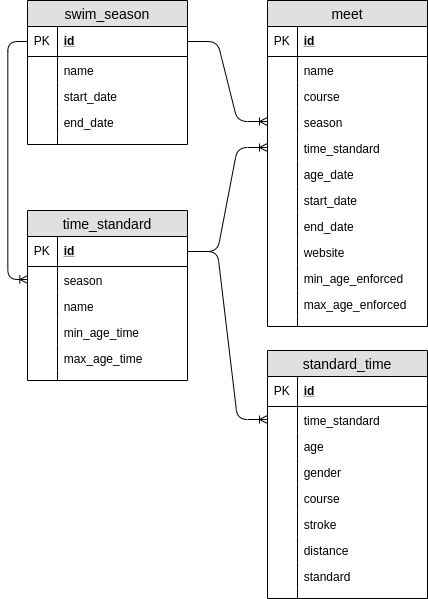
The draw.io diagram docs/images/relational.png in geekswimmers/geekswimmers, before a commit. Source tidied: cells renumbered, new cells last; positions are measured from the earlier drawing's top-left corner, leaving out a move shared by most shapes.
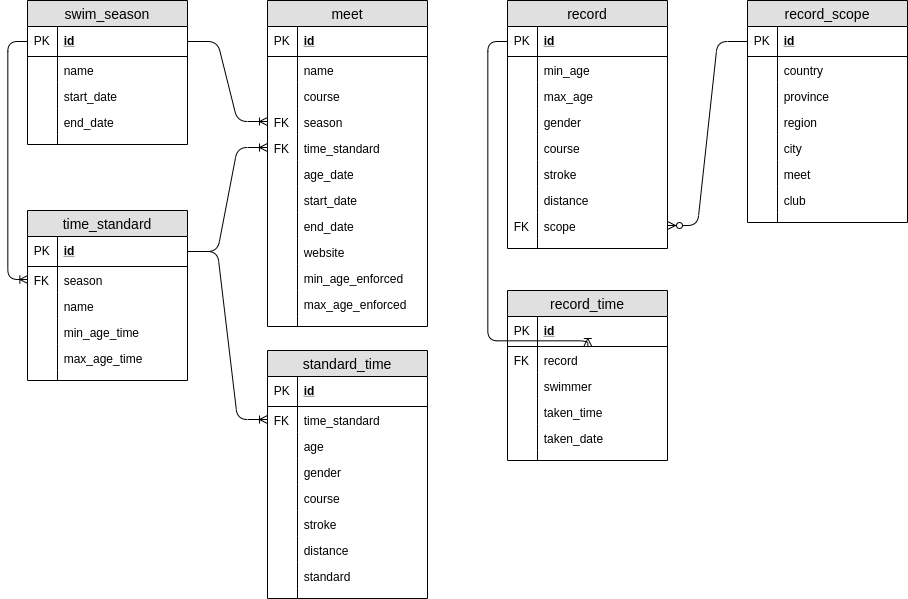
The same file after the commit.

Commit message:
Designed the database to support records

Change to the diagram source:
```diff
@@ -47,7 +47,7 @@
     <mxCell id="16" value="season" style="shape=partialRectangle;top=0;left=0;right=0;bottom=0;align=left;verticalAlign=top;fillColor=none;spacingLeft=34;spacingRight=4;overflow=hidden;points=[[0,0.5],[1,0.5]];portConstraint=eastwest;fontSize=12;" parent="13" vertex="1">
       <mxGeometry y="56" width="160" height="26" as="geometry" />
     </mxCell>
-    <mxCell id="17" style="shape=partialRectangle;top=0;left=0;bottom=0;fillColor=none;align=left;verticalAlign=top;spacingLeft=4;spacingRight=4;overflow=hidden;fontSize=12;" parent="16" vertex="1">
+    <mxCell id="17" value="FK" style="shape=partialRectangle;top=0;left=0;bottom=0;fillColor=none;align=left;verticalAlign=top;spacingLeft=4;spacingRight=4;overflow=hidden;fontSize=12;" parent="16" vertex="1">
       <mxGeometry width="30" height="26" as="geometry" />
     </mxCell>
     <mxCell id="18" value="name" style="shape=partialRectangle;top=0;left=0;right=0;bottom=0;align=left;verticalAlign=top;fillColor=none;spacingLeft=34;spacingRight=4;overflow=hidden;fontSize=12;" parent="13" vertex="1">
@@ -86,7 +86,7 @@
     <mxCell id="29" value="time_standard" style="shape=partialRectangle;top=0;left=0;right=0;bottom=0;align=left;verticalAlign=top;fillColor=none;spacingLeft=34;spacingRight=4;overflow=hidden;points=[[0,0.5],[1,0.5]];portConstraint=eastwest;fontSize=12;" parent="26" vertex="1">
       <mxGeometry y="56" width="160" height="26" as="geometry" />
     </mxCell>
-    <mxCell id="30" style="shape=partialRectangle;top=0;left=0;bottom=0;fillColor=none;align=left;verticalAlign=top;spacingLeft=4;spacingRight=4;overflow=hidden;fontSize=12;" parent="29" vertex="1">
+    <mxCell id="30" value="FK" style="shape=partialRectangle;top=0;left=0;bottom=0;fillColor=none;align=left;verticalAlign=top;spacingLeft=4;spacingRight=4;overflow=hidden;fontSize=12;" parent="29" vertex="1">
       <mxGeometry width="30" height="26" as="geometry" />
     </mxCell>
     <mxCell id="31" value="age" style="shape=partialRectangle;top=0;left=0;right=0;bottom=0;align=left;verticalAlign=top;fillColor=none;spacingLeft=34;spacingRight=4;overflow=hidden;fontSize=12;" parent="26" vertex="1">
@@ -155,13 +155,13 @@
     <mxCell id="52" value="season" style="shape=partialRectangle;top=0;left=0;right=0;bottom=0;align=left;verticalAlign=top;fillColor=none;spacingLeft=34;spacingRight=4;overflow=hidden;points=[[0,0.5],[1,0.5]];portConstraint=eastwest;fontSize=12;" parent="45" vertex="1">
       <mxGeometry y="108" width="160" height="26" as="geometry" />
     </mxCell>
-    <mxCell id="53" style="shape=partialRectangle;top=0;left=0;bottom=0;fillColor=none;align=left;verticalAlign=top;spacingLeft=4;spacingRight=4;overflow=hidden;fontSize=12;" parent="52" vertex="1">
+    <mxCell id="53" value="FK" style="shape=partialRectangle;top=0;left=0;bottom=0;fillColor=none;align=left;verticalAlign=top;spacingLeft=4;spacingRight=4;overflow=hidden;fontSize=12;" parent="52" vertex="1">
       <mxGeometry width="30" height="26" as="geometry" />
     </mxCell>
     <mxCell id="54" value="time_standard" style="shape=partialRectangle;top=0;left=0;right=0;bottom=0;align=left;verticalAlign=top;fillColor=none;spacingLeft=34;spacingRight=4;overflow=hidden;points=[[0,0.5],[1,0.5]];portConstraint=eastwest;fontSize=12;" parent="45" vertex="1">
       <mxGeometry y="134" width="160" height="26" as="geometry" />
     </mxCell>
-    <mxCell id="55" style="shape=partialRectangle;top=0;left=0;bottom=0;fillColor=none;align=left;verticalAlign=top;spacingLeft=4;spacingRight=4;overflow=hidden;fontSize=12;" parent="54" vertex="1">
+    <mxCell id="55" value="FK" style="shape=partialRectangle;top=0;left=0;bottom=0;fillColor=none;align=left;verticalAlign=top;spacingLeft=4;spacingRight=4;overflow=hidden;fontSize=12;" parent="54" vertex="1">
       <mxGeometry width="30" height="26" as="geometry" />
     </mxCell>
     <mxCell id="56" value="age_date" style="shape=partialRectangle;top=0;left=0;right=0;bottom=0;align=left;verticalAlign=top;fillColor=none;spacingLeft=34;spacingRight=4;overflow=hidden;fontSize=12;" parent="45" vertex="1">
@@ -223,5 +223,163 @@
     <mxCell id="73" style="edgeStyle=entityRelationEdgeStyle;fontSize=12;html=1;endArrow=ERoneToMany;" parent="1" edge="1" source="14" target="54">
       <mxGeometry relative="1" as="geometry" />
     </mxCell>
+    <mxCell id="74" value="record" style="swimlane;fontStyle=0;horizontal=1;startSize=26;fillColor=#e0e0e0;swimlaneFillColor=#ffffff;align=center;fontSize=14;" parent="1" vertex="1">
+      <mxGeometry x="500" width="160" height="248" as="geometry" />
+    </mxCell>
+    <mxCell id="75" value="id" style="shape=partialRectangle;top=0;left=0;right=0;bottom=1;align=left;verticalAlign=middle;fillColor=none;spacingLeft=34;spacingRight=4;overflow=hidden;points=[[0,0.5],[1,0.5]];portConstraint=eastwest;fontStyle=5;fontSize=12;" parent="74" vertex="1">
+      <mxGeometry y="26" width="160" height="30" as="geometry" />
+    </mxCell>
+    <mxCell id="76" value="PK" style="shape=partialRectangle;top=0;left=0;bottom=0;fillColor=none;align=left;verticalAlign=middle;spacingLeft=4;spacingRight=4;overflow=hidden;fontSize=12;" parent="75" vertex="1">
+      <mxGeometry width="30" height="30" as="geometry" />
+    </mxCell>
+    <mxCell id="77" value="min_age" style="shape=partialRectangle;top=0;left=0;right=0;bottom=0;align=left;verticalAlign=top;fillColor=none;spacingLeft=34;spacingRight=4;overflow=hidden;fontSize=12;" parent="74" vertex="1">
+      <mxGeometry y="56" width="160" height="26" as="geometry" />
+    </mxCell>
+    <mxCell id="78" style="shape=partialRectangle;top=0;left=0;bottom=0;fillColor=none;align=left;verticalAlign=top;spacingLeft=4;spacingRight=4;overflow=hidden;fontSize=12;" parent="77" vertex="1">
+      <mxGeometry width="30" height="26" as="geometry" />
+    </mxCell>
+    <mxCell id="79" value="max_age" style="shape=partialRectangle;top=0;left=0;right=0;bottom=0;align=left;verticalAlign=top;fillColor=none;spacingLeft=34;spacingRight=4;overflow=hidden;fontSize=12;" parent="74" vertex="1">
+      <mxGeometry y="82" width="160" height="26" as="geometry" />
+    </mxCell>
+    <mxCell id="80" style="shape=partialRectangle;top=0;left=0;bottom=0;fillColor=none;align=left;verticalAlign=top;spacingLeft=4;spacingRight=4;overflow=hidden;fontSize=12;" parent="79" vertex="1">
+      <mxGeometry width="30" height="26" as="geometry" />
+    </mxCell>
+    <mxCell id="81" value="gender" style="shape=partialRectangle;top=0;left=0;right=0;bottom=0;align=left;verticalAlign=top;fillColor=none;spacingLeft=34;spacingRight=4;overflow=hidden;fontSize=12;" parent="74" vertex="1">
+      <mxGeometry y="108" width="160" height="26" as="geometry" />
+    </mxCell>
+    <mxCell id="82" style="shape=partialRectangle;top=0;left=0;bottom=0;fillColor=none;align=left;verticalAlign=top;spacingLeft=4;spacingRight=4;overflow=hidden;fontSize=12;" parent="81" vertex="1">
+      <mxGeometry width="30" height="26" as="geometry" />
+    </mxCell>
+    <mxCell id="83" value="course" style="shape=partialRectangle;top=0;left=0;right=0;bottom=0;align=left;verticalAlign=top;fillColor=none;spacingLeft=34;spacingRight=4;overflow=hidden;fontSize=12;" parent="74" vertex="1">
+      <mxGeometry y="134" width="160" height="26" as="geometry" />
+    </mxCell>
+    <mxCell id="84" style="shape=partialRectangle;top=0;left=0;bottom=0;fillColor=none;align=left;verticalAlign=top;spacingLeft=4;spacingRight=4;overflow=hidden;fontSize=12;" parent="83" vertex="1">
+      <mxGeometry width="30" height="26" as="geometry" />
+    </mxCell>
+    <mxCell id="85" value="stroke" style="shape=partialRectangle;top=0;left=0;right=0;bottom=0;align=left;verticalAlign=top;fillColor=none;spacingLeft=34;spacingRight=4;overflow=hidden;fontSize=12;" parent="74" vertex="1">
+      <mxGeometry y="160" width="160" height="26" as="geometry" />
+    </mxCell>
+    <mxCell id="86" style="shape=partialRectangle;top=0;left=0;bottom=0;fillColor=none;align=left;verticalAlign=top;spacingLeft=4;spacingRight=4;overflow=hidden;fontSize=12;" parent="85" vertex="1">
+      <mxGeometry width="30" height="26" as="geometry" />
+    </mxCell>
+    <mxCell id="87" value="distance" style="shape=partialRectangle;top=0;left=0;right=0;bottom=0;align=left;verticalAlign=top;fillColor=none;spacingLeft=34;spacingRight=4;overflow=hidden;fontSize=12;" parent="74" vertex="1">
+      <mxGeometry y="186" width="160" height="26" as="geometry" />
+    </mxCell>
+    <mxCell id="88" style="shape=partialRectangle;top=0;left=0;bottom=0;fillColor=none;align=left;verticalAlign=top;spacingLeft=4;spacingRight=4;overflow=hidden;fontSize=12;" parent="87" vertex="1">
+      <mxGeometry width="30" height="26" as="geometry" />
+    </mxCell>
+    <mxCell id="89" value="scope" style="shape=partialRectangle;top=0;left=0;right=0;bottom=0;align=left;verticalAlign=top;fillColor=none;spacingLeft=34;spacingRight=4;overflow=hidden;points=[[0,0.5],[1,0.5]];portConstraint=eastwest;fontSize=12;" parent="74" vertex="1">
+      <mxGeometry y="212" width="160" height="26" as="geometry" />
+    </mxCell>
+    <mxCell id="90" value="FK" style="shape=partialRectangle;top=0;left=0;bottom=0;fillColor=none;align=left;verticalAlign=top;spacingLeft=4;spacingRight=4;overflow=hidden;fontSize=12;" parent="89" vertex="1">
+      <mxGeometry width="30" height="26" as="geometry" />
+    </mxCell>
+    <mxCell id="91" style="shape=partialRectangle;top=0;left=0;right=0;bottom=0;align=left;verticalAlign=top;fillColor=none;spacingLeft=34;spacingRight=4;overflow=hidden;fontSize=12;" parent="74" vertex="1">
+      <mxGeometry y="238" width="160" height="10" as="geometry" />
+    </mxCell>
+    <mxCell id="92" style="shape=partialRectangle;top=0;left=0;bottom=0;fillColor=none;align=left;verticalAlign=top;spacingLeft=4;spacingRight=4;overflow=hidden;fontSize=12;" parent="91" vertex="1">
+      <mxGeometry width="30" height="10" as="geometry" />
+    </mxCell>
+    <mxCell id="93" value="record_time" style="swimlane;fontStyle=0;horizontal=1;startSize=26;fillColor=#e0e0e0;swimlaneFillColor=#ffffff;align=center;fontSize=14;" parent="1" vertex="1">
+      <mxGeometry x="500" y="290" width="160" height="170" as="geometry" />
+    </mxCell>
+    <mxCell id="94" value="id" style="shape=partialRectangle;top=0;left=0;right=0;bottom=1;align=left;verticalAlign=middle;fillColor=none;spacingLeft=34;spacingRight=4;overflow=hidden;fontStyle=5;fontSize=12;" parent="93" vertex="1">
+      <mxGeometry y="26" width="160" height="30" as="geometry" />
+    </mxCell>
+    <mxCell id="95" value="PK" style="shape=partialRectangle;top=0;left=0;bottom=0;fillColor=none;align=left;verticalAlign=middle;spacingLeft=4;spacingRight=4;overflow=hidden;fontSize=12;" parent="94" vertex="1">
+      <mxGeometry width="30" height="30" as="geometry" />
+    </mxCell>
+    <mxCell id="96" value="record" style="shape=partialRectangle;top=0;left=0;right=0;bottom=0;align=left;verticalAlign=top;fillColor=none;spacingLeft=34;spacingRight=4;overflow=hidden;points=[[0,0.5],[1,0.5]];portConstraint=eastwest;fontSize=12;" parent="93" vertex="1">
+      <mxGeometry y="56" width="160" height="26" as="geometry" />
+    </mxCell>
+    <mxCell id="97" value="FK" style="shape=partialRectangle;top=0;left=0;bottom=0;fillColor=none;align=left;verticalAlign=top;spacingLeft=4;spacingRight=4;overflow=hidden;fontSize=12;" parent="96" vertex="1">
+      <mxGeometry width="30" height="26" as="geometry" />
+    </mxCell>
+    <mxCell id="98" value="swimmer" style="shape=partialRectangle;top=0;left=0;right=0;bottom=0;align=left;verticalAlign=top;fillColor=none;spacingLeft=34;spacingRight=4;overflow=hidden;fontSize=12;" parent="93" vertex="1">
+      <mxGeometry y="82" width="160" height="26" as="geometry" />
+    </mxCell>
+    <mxCell id="99" style="shape=partialRectangle;top=0;left=0;bottom=0;fillColor=none;align=left;verticalAlign=top;spacingLeft=4;spacingRight=4;overflow=hidden;fontSize=12;" parent="98" vertex="1">
+      <mxGeometry width="30" height="26" as="geometry" />
+    </mxCell>
+    <mxCell id="100" value="taken_time" style="shape=partialRectangle;top=0;left=0;right=0;bottom=0;align=left;verticalAlign=top;fillColor=none;spacingLeft=34;spacingRight=4;overflow=hidden;fontSize=12;" parent="93" vertex="1">
+      <mxGeometry y="108" width="160" height="26" as="geometry" />
+    </mxCell>
+    <mxCell id="101" style="shape=partialRectangle;top=0;left=0;bottom=0;fillColor=none;align=left;verticalAlign=top;spacingLeft=4;spacingRight=4;overflow=hidden;fontSize=12;" parent="100" vertex="1">
+      <mxGeometry width="30" height="26" as="geometry" />
+    </mxCell>
+    <mxCell id="102" value="taken_date" style="shape=partialRectangle;top=0;left=0;right=0;bottom=0;align=left;verticalAlign=top;fillColor=none;spacingLeft=34;spacingRight=4;overflow=hidden;fontSize=12;" parent="93" vertex="1">
+      <mxGeometry y="134" width="160" height="26" as="geometry" />
+    </mxCell>
+    <mxCell id="103" style="shape=partialRectangle;top=0;left=0;bottom=0;fillColor=none;align=left;verticalAlign=top;spacingLeft=4;spacingRight=4;overflow=hidden;fontSize=12;" parent="102" vertex="1">
+      <mxGeometry width="30" height="26" as="geometry" />
+    </mxCell>
+    <mxCell id="104" style="shape=partialRectangle;top=0;left=0;right=0;bottom=0;align=left;verticalAlign=top;fillColor=none;spacingLeft=34;spacingRight=4;overflow=hidden;fontSize=12;" parent="93" vertex="1">
+      <mxGeometry y="160" width="160" height="10" as="geometry" />
+    </mxCell>
+    <mxCell id="105" style="shape=partialRectangle;top=0;left=0;bottom=0;fillColor=none;align=left;verticalAlign=top;spacingLeft=4;spacingRight=4;overflow=hidden;fontSize=12;" parent="104" vertex="1">
+      <mxGeometry width="30" height="10" as="geometry" />
+    </mxCell>
+    <mxCell id="106" style="edgeStyle=orthogonalEdgeStyle;fontSize=12;html=1;endArrow=ERoneToMany;" parent="1" edge="1" source="75" target="96">
+      <mxGeometry relative="1" as="geometry">
+        <Array as="points">
+          <mxPoint x="480" y="41" />
+          <mxPoint x="480" y="340" />
+        </Array>
+      </mxGeometry>
+    </mxCell>
+    <mxCell id="107" value="record_scope" style="swimlane;fontStyle=0;horizontal=1;startSize=26;fillColor=#e0e0e0;swimlaneFillColor=#ffffff;align=center;fontSize=14;" parent="1" vertex="1">
+      <mxGeometry x="740" width="160" height="222" as="geometry" />
+    </mxCell>
+    <mxCell id="108" value="id" style="shape=partialRectangle;top=0;left=0;right=0;bottom=1;align=left;verticalAlign=middle;fillColor=none;spacingLeft=34;spacingRight=4;overflow=hidden;points=[[0,0.5],[1,0.5]];portConstraint=eastwest;fontStyle=5;fontSize=12;" parent="107" vertex="1">
+      <mxGeometry y="26" width="160" height="30" as="geometry" />
+    </mxCell>
+    <mxCell id="109" value="PK" style="shape=partialRectangle;top=0;left=0;bottom=0;fillColor=none;align=left;verticalAlign=middle;spacingLeft=4;spacingRight=4;overflow=hidden;fontSize=12;" parent="108" vertex="1">
+      <mxGeometry width="30" height="30" as="geometry" />
+    </mxCell>
+    <mxCell id="110" value="country" style="shape=partialRectangle;top=0;left=0;right=0;bottom=0;align=left;verticalAlign=top;fillColor=none;spacingLeft=34;spacingRight=4;overflow=hidden;fontSize=12;" parent="107" vertex="1">
+      <mxGeometry y="56" width="160" height="26" as="geometry" />
+    </mxCell>
+    <mxCell id="111" style="shape=partialRectangle;top=0;left=0;bottom=0;fillColor=none;align=left;verticalAlign=top;spacingLeft=4;spacingRight=4;overflow=hidden;fontSize=12;" parent="110" vertex="1">
+      <mxGeometry width="30" height="26" as="geometry" />
+    </mxCell>
+    <mxCell id="112" value="province" style="shape=partialRectangle;top=0;left=0;right=0;bottom=0;align=left;verticalAlign=top;fillColor=none;spacingLeft=34;spacingRight=4;overflow=hidden;fontSize=12;" parent="107" vertex="1">
+      <mxGeometry y="82" width="160" height="26" as="geometry" />
+    </mxCell>
+    <mxCell id="113" style="shape=partialRectangle;top=0;left=0;bottom=0;fillColor=none;align=left;verticalAlign=top;spacingLeft=4;spacingRight=4;overflow=hidden;fontSize=12;" parent="112" vertex="1">
+      <mxGeometry width="30" height="26" as="geometry" />
+    </mxCell>
+    <mxCell id="114" value="region" style="shape=partialRectangle;top=0;left=0;right=0;bottom=0;align=left;verticalAlign=top;fillColor=none;spacingLeft=34;spacingRight=4;overflow=hidden;fontSize=12;" parent="107" vertex="1">
+      <mxGeometry y="108" width="160" height="26" as="geometry" />
+    </mxCell>
+    <mxCell id="115" style="shape=partialRectangle;top=0;left=0;bottom=0;fillColor=none;align=left;verticalAlign=top;spacingLeft=4;spacingRight=4;overflow=hidden;fontSize=12;" parent="114" vertex="1">
+      <mxGeometry width="30" height="26" as="geometry" />
+    </mxCell>
+    <mxCell id="116" value="city" style="shape=partialRectangle;top=0;left=0;right=0;bottom=0;align=left;verticalAlign=top;fillColor=none;spacingLeft=34;spacingRight=4;overflow=hidden;fontSize=12;" parent="107" vertex="1">
+      <mxGeometry y="134" width="160" height="26" as="geometry" />
+    </mxCell>
+    <mxCell id="117" style="shape=partialRectangle;top=0;left=0;bottom=0;fillColor=none;align=left;verticalAlign=top;spacingLeft=4;spacingRight=4;overflow=hidden;fontSize=12;" parent="116" vertex="1">
+      <mxGeometry width="30" height="26" as="geometry" />
+    </mxCell>
+    <mxCell id="118" value="meet" style="shape=partialRectangle;top=0;left=0;right=0;bottom=0;align=left;verticalAlign=top;fillColor=none;spacingLeft=34;spacingRight=4;overflow=hidden;fontSize=12;" parent="107" vertex="1">
+      <mxGeometry y="160" width="160" height="26" as="geometry" />
+    </mxCell>
+    <mxCell id="119" style="shape=partialRectangle;top=0;left=0;bottom=0;fillColor=none;align=left;verticalAlign=top;spacingLeft=4;spacingRight=4;overflow=hidden;fontSize=12;" parent="118" vertex="1">
+      <mxGeometry width="30" height="26" as="geometry" />
+    </mxCell>
+    <mxCell id="120" value="club" style="shape=partialRectangle;top=0;left=0;right=0;bottom=0;align=left;verticalAlign=top;fillColor=none;spacingLeft=34;spacingRight=4;overflow=hidden;fontSize=12;" parent="107" vertex="1">
+      <mxGeometry y="186" width="160" height="26" as="geometry" />
+    </mxCell>
+    <mxCell id="121" style="shape=partialRectangle;top=0;left=0;bottom=0;fillColor=none;align=left;verticalAlign=top;spacingLeft=4;spacingRight=4;overflow=hidden;fontSize=12;" parent="120" vertex="1">
+      <mxGeometry width="30" height="26" as="geometry" />
+    </mxCell>
+    <mxCell id="122" style="shape=partialRectangle;top=0;left=0;right=0;bottom=0;align=left;verticalAlign=top;fillColor=none;spacingLeft=34;spacingRight=4;overflow=hidden;fontSize=12;" parent="107" vertex="1">
+      <mxGeometry y="212" width="160" height="10" as="geometry" />
+    </mxCell>
+    <mxCell id="123" style="shape=partialRectangle;top=0;left=0;bottom=0;fillColor=none;align=left;verticalAlign=top;spacingLeft=4;spacingRight=4;overflow=hidden;fontSize=12;" parent="122" vertex="1">
+      <mxGeometry width="30" height="10" as="geometry" />
+    </mxCell>
+    <mxCell id="124" style="edgeStyle=entityRelationEdgeStyle;fontSize=12;html=1;endArrow=ERzeroToMany;endFill=1;" parent="1" edge="1" source="108" target="89">
+      <mxGeometry relative="1" as="geometry" />
+    </mxCell>
   </root>
 </mxGraphModel>
```
